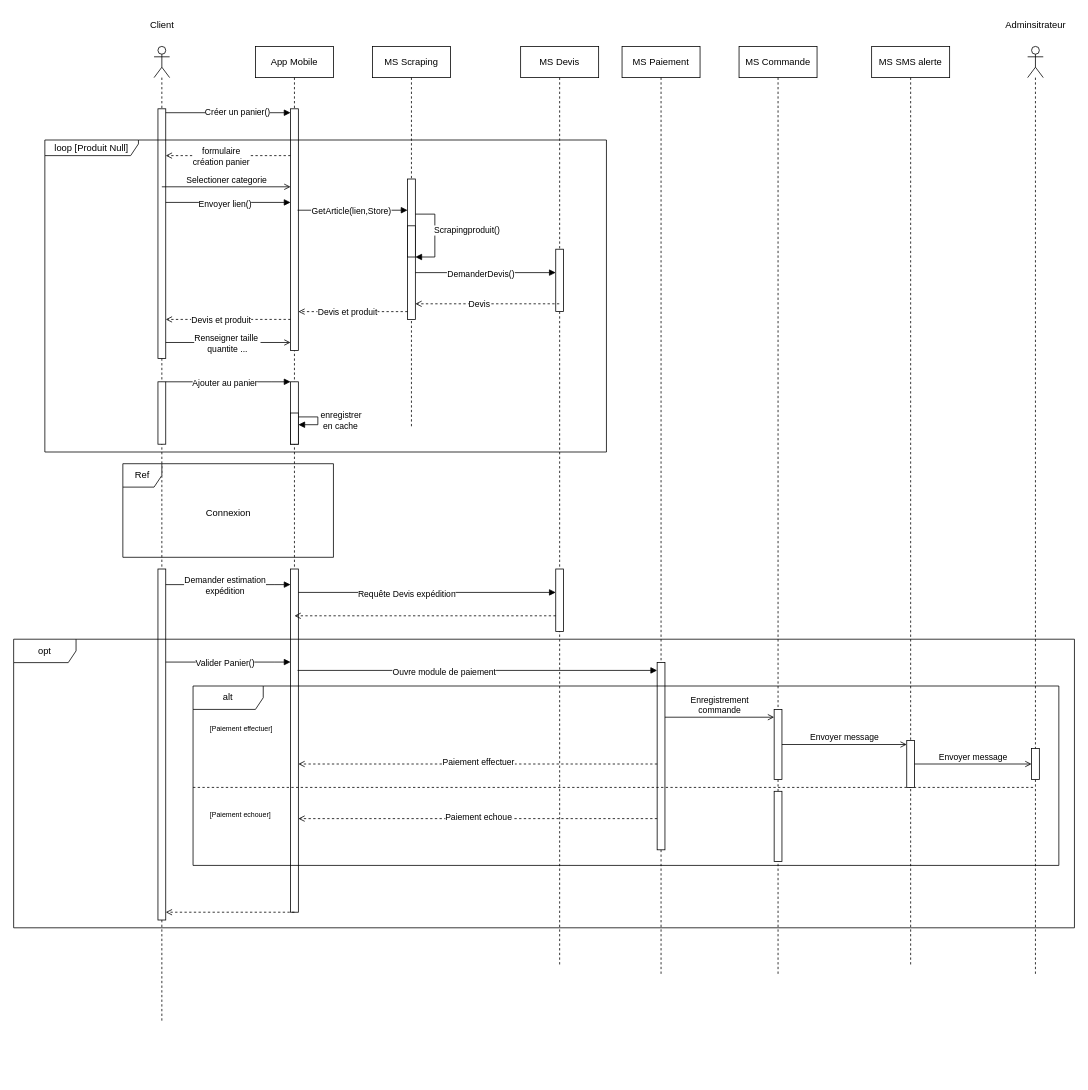
kbvac/Diagramme-UML keeps this draw.io diagram as page "DS-MFS-Panier" (2 of 2) of Diagramme_MyFrench_Shop.drawio. Above is the earlier version. Source tidied: cells renumbered, new cells numbered last; positions are measured from the earlier drawing's top-left corner, leaving out a move shared by most shapes. Both pictures are drawn from the tidied source at 78%, with x=0, y=0 at pixel (13, 13).
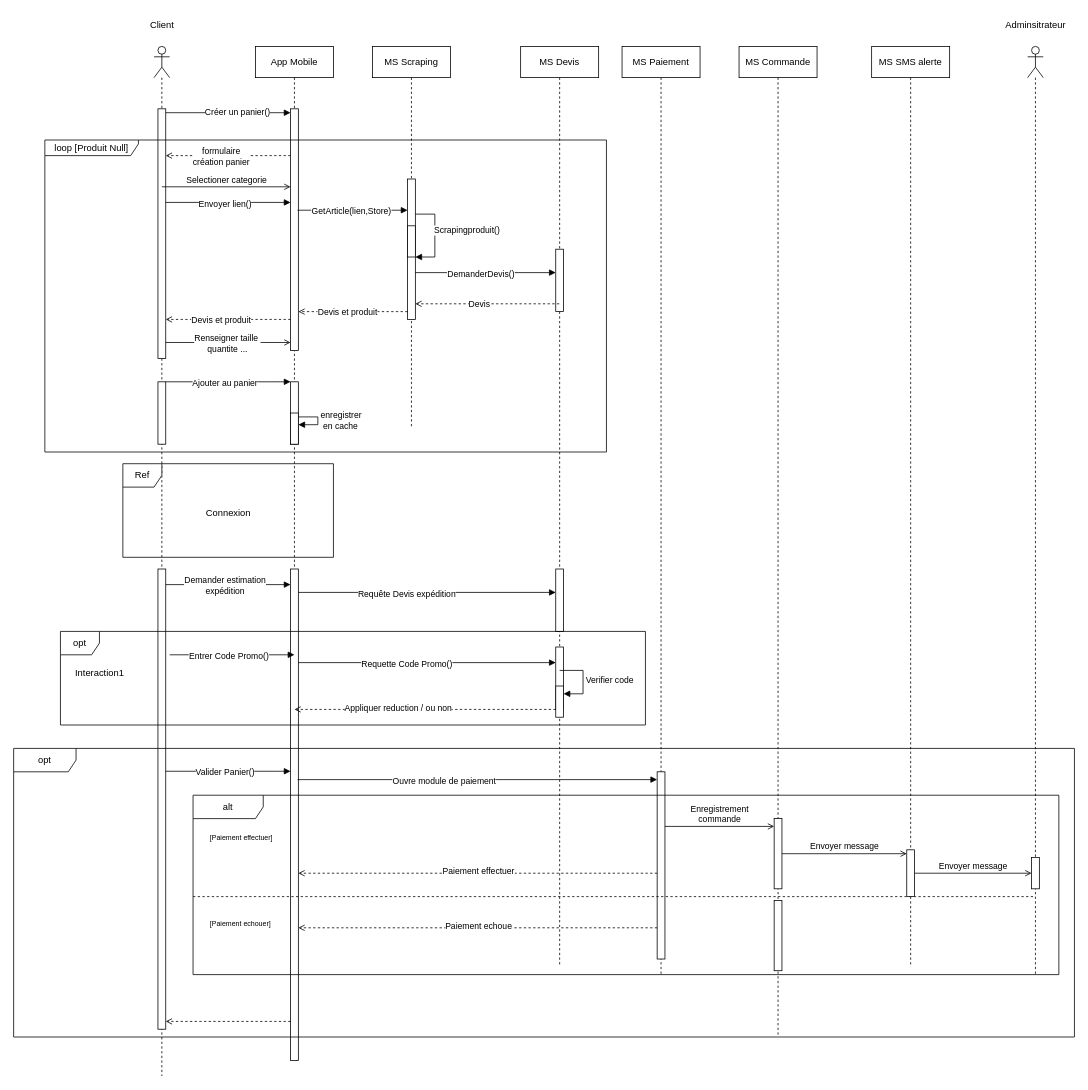
After the change.

The change refers to these unchanged cells:
```xml
<mxCell id="13" value="MS Devis" style="shape=umlLifeline;perimeter=lifelinePerimeter;whiteSpace=wrap;html=1;outlineConnect=0;portConstraint=eastwest;newEdgeStyle={&quot;edgeStyle&quot;:&quot;elbowEdgeStyle&quot;,&quot;elbow&quot;:&quot;vertical&quot;,&quot;curved&quot;:0,&quot;rounded&quot;:0};" parent="1" vertex="1">
  <mxGeometry x="650" y="42" width="100" height="1180" as="geometry" />
</mxCell>
<mxCell id="15" style="html=1;points=[[0,0,0,0,5],[0,1,0,0,-5],[1,0,0,0,5],[1,1,0,0,-5]];perimeter=orthogonalPerimeter;outlineConnect=0;targetShapes=umlLifeline;portConstraint=eastwest;newEdgeStyle={&quot;curved&quot;:0,&quot;rounded&quot;:0};" parent="13" vertex="1">
  <mxGeometry x="45" y="670" width="10" height="80" as="geometry" />
</mxCell>
<mxCell id="41" value="MS Paiement" style="shape=umlLifeline;perimeter=lifelinePerimeter;whiteSpace=wrap;html=1;newEdgeStyle={&quot;edgeStyle&quot;:&quot;elbowEdgeStyle&quot;,&quot;elbow&quot;:&quot;vertical&quot;,&quot;curved&quot;:0,&quot;rounded&quot;:0};" parent="1" vertex="1">
  <mxGeometry x="780" y="42" width="100" height="1190" as="geometry" />
</mxCell>
<mxCell id="55" value="MS SMS alerte" style="shape=umlLifeline;perimeter=lifelinePerimeter;whiteSpace=wrap;html=1;newEdgeStyle={&quot;edgeStyle&quot;:&quot;elbowEdgeStyle&quot;,&quot;elbow&quot;:&quot;vertical&quot;,&quot;curved&quot;:0,&quot;rounded&quot;:0};" parent="1" vertex="1">
  <mxGeometry x="1100" y="42" width="100" height="1180" as="geometry" />
</mxCell>
<mxCell id="57" style="shape=umlLifeline;perimeter=lifelinePerimeter;whiteSpace=wrap;html=1;newEdgeStyle={&quot;curved&quot;:0,&quot;rounded&quot;:0};participant=umlActor;" parent="1" vertex="1">
  <mxGeometry x="1300" y="42" width="20" height="1190" as="geometry" />
</mxCell>
```

The edit, as a diff of the source:
```diff
@@
     <mxCell id="2" style="shape=umlLifeline;perimeter=lifelinePerimeter;whiteSpace=wrap;html=1;newEdgeStyle={&quot;curved&quot;:0,&quot;rounded&quot;:0};participant=umlActor;" parent="1" vertex="1">
-      <mxGeometry x="180" y="42" width="20" height="1250" as="geometry" />
+      <mxGeometry x="180" y="42" width="20" height="1320" as="geometry" />
     </mxCell>
@@
     <mxCell id="5" style="html=1;points=[[0,0,0,0,5],[0,1,0,0,-5],[1,0,0,0,5],[1,1,0,0,-5]];perimeter=orthogonalPerimeter;outlineConnect=0;targetShapes=umlLifeline;portConstraint=eastwest;newEdgeStyle={&quot;curved&quot;:0,&quot;rounded&quot;:0};" parent="2" vertex="1">
-      <mxGeometry x="5" y="670" width="10" height="450" as="geometry" />
+      <mxGeometry x="5" y="670" width="10" height="590" as="geometry" />
     </mxCell>
@@
+    <mxCell id="77" style="html=1;points=[[0,0,0,0,5],[0,1,0,0,-5],[1,0,0,0,5],[1,1,0,0,-5]];perimeter=orthogonalPerimeter;outlineConnect=0;targetShapes=umlLifeline;portConstraint=eastwest;newEdgeStyle={&quot;curved&quot;:0,&quot;rounded&quot;:0};" parent="13" vertex="1">
+      <mxGeometry x="45" y="770" width="10" height="80" as="geometry" />
+    </mxCell>
+    <mxCell id="78" style="html=1;points=[[0,0,0,0,5],[0,1,0,0,-5],[1,0,0,0,5],[1,1,0,0,-5]];perimeter=orthogonalPerimeter;outlineConnect=0;targetShapes=umlLifeline;portConstraint=eastwest;newEdgeStyle={&quot;curved&quot;:0,&quot;rounded&quot;:0};" parent="13" vertex="1">
+      <mxGeometry x="45" y="820" width="10" height="40" as="geometry" />
+    </mxCell>
+    <mxCell id="79" value="Verifier code" style="html=1;align=left;spacingLeft=2;endArrow=block;rounded=0;edgeStyle=orthogonalEdgeStyle;curved=0;rounded=0;" parent="13" edge="1" target="78">
+      <mxGeometry relative="1" as="geometry">
+        <mxPoint x="50" y="800" as="sourcePoint" />
+        <Array as="points">
+          <mxPoint x="80" y="830" />
+        </Array>
+      </mxGeometry>
+    </mxCell>
     <mxCell id="16" value="App Mobile" style="shape=umlLifeline;perimeter=lifelinePerimeter;whiteSpace=wrap;html=1;newEdgeStyle={&quot;edgeStyle&quot;:&quot;elbowEdgeStyle&quot;,&quot;elbow&quot;:&quot;vertical&quot;,&quot;curved&quot;:0,&quot;rounded&quot;:0};" parent="1" vertex="1">
-      <mxGeometry x="310" y="42" width="100" height="1060" as="geometry" />
+      <mxGeometry x="310" y="42" width="100" height="1300" as="geometry" />
     </mxCell>
@@
     <mxCell id="21" style="html=1;points=[[0,0,0,0,5],[0,1,0,0,-5],[1,0,0,0,5],[1,1,0,0,-5]];perimeter=orthogonalPerimeter;outlineConnect=0;targetShapes=umlLifeline;portConstraint=eastwest;newEdgeStyle={&quot;curved&quot;:0,&quot;rounded&quot;:0};" parent="16" vertex="1">
-      <mxGeometry x="45" y="670" width="10" height="440" as="geometry" />
+      <mxGeometry x="45" y="670" width="10" height="630" as="geometry" />
     </mxCell>
@@
     <mxCell id="42" style="html=1;points=[[0,0,0,0,5],[0,1,0,0,-5],[1,0,0,0,5],[1,1,0,0,-5]];perimeter=orthogonalPerimeter;outlineConnect=0;targetShapes=umlLifeline;portConstraint=eastwest;newEdgeStyle={&quot;curved&quot;:0,&quot;rounded&quot;:0};" parent="41" vertex="1">
-      <mxGeometry x="45" y="790" width="10" height="240" as="geometry" />
+      <mxGeometry x="45" y="930" width="10" height="240" as="geometry" />
     </mxCell>
     <mxCell id="43" value="MS Commande" style="shape=umlLifeline;perimeter=lifelinePerimeter;whiteSpace=wrap;html=1;newEdgeStyle={&quot;edgeStyle&quot;:&quot;elbowEdgeStyle&quot;,&quot;elbow&quot;:&quot;vertical&quot;,&quot;curved&quot;:0,&quot;rounded&quot;:0};" parent="1" vertex="1">
-      <mxGeometry x="930" y="42" width="100" height="1190" as="geometry" />
+      <mxGeometry x="930" y="42" width="100" height="1270" as="geometry" />
     </mxCell>
     <mxCell id="44" style="html=1;perimeter=orthogonalPerimeter;targetShapes=umlLifeline;newEdgeStyle={&quot;curved&quot;:0,&quot;rounded&quot;:0};" parent="43" vertex="1">
-      <mxGeometry x="45" y="955" width="10" height="90" as="geometry" />
+      <mxGeometry x="45" y="1095" width="10" height="90" as="geometry" />
     </mxCell>
     <mxCell id="45" value="opt" style="shape=umlFrame;whiteSpace=wrap;html=1;width=80;height=30;" parent="1" vertex="1">
-      <mxGeometry y="802" width="1360" height="370" as="geometry" />
+      <mxGeometry y="942" width="1360" height="370" as="geometry" />
     </mxCell>
@@
     <mxCell id="56" style="html=1;points=[[0,0,0,0,5],[0,1,0,0,-5],[1,0,0,0,5],[1,1,0,0,-5]];perimeter=orthogonalPerimeter;outlineConnect=0;targetShapes=umlLifeline;portConstraint=eastwest;newEdgeStyle={&quot;curved&quot;:0,&quot;rounded&quot;:0};" parent="55" vertex="1">
-      <mxGeometry x="45" y="890" width="10" height="60" as="geometry" />
+      <mxGeometry x="45" y="1030" width="10" height="60" as="geometry" />
     </mxCell>
@@
     <mxCell id="58" style="html=1;points=[[0,0,0,0,5],[0,1,0,0,-5],[1,0,0,0,5],[1,1,0,0,-5]];perimeter=orthogonalPerimeter;outlineConnect=0;targetShapes=umlLifeline;portConstraint=eastwest;newEdgeStyle={&quot;curved&quot;:0,&quot;rounded&quot;:0};" parent="57" vertex="1">
-      <mxGeometry x="5" y="900" width="10" height="40" as="geometry" />
+      <mxGeometry x="5" y="1040" width="10" height="40" as="geometry" />
     </mxCell>
@@
-    <mxCell id="67" style="html=1;verticalAlign=bottom;labelBackgroundColor=none;endArrow=open;endFill=0;dashed=1;rounded=0;" parent="1" edge="1" source="15">
-      <mxGeometry relative="1" as="geometry">
-        <mxPoint x="360" y="772" as="targetPoint" />
-        <Array as="points">
-          <mxPoint x="500" y="772" />
-        </Array>
-      </mxGeometry>
-    </mxCell>
-    <mxCell id="68" style="html=1;verticalAlign=bottom;labelBackgroundColor=none;endArrow=block;endFill=1;rounded=0;" parent="1" edge="1" source="5" target="21">
+    <mxCell id="68" style="html=1;verticalAlign=bottom;labelBackgroundColor=none;endArrow=block;endFill=1;rounded=0;" parent="1" edge="1">
       <mxGeometry relative="1" as="geometry">
+        <mxPoint x="195" y="971.3" as="sourcePoint" />
+        <mxPoint x="355" y="971.3" as="targetPoint" />
         <Array as="points">
-          <mxPoint x="335" y="831.3" />
+          <mxPoint x="335" y="971.3" />
         </Array>
       </mxGeometry>
     </mxCell>
@@
-    <mxCell id="71" style="html=1;verticalAlign=bottom;labelBackgroundColor=none;endArrow=open;endFill=0;dashed=1;rounded=0;" parent="1" edge="1" source="42" target="21">
+    <mxCell id="71" style="html=1;verticalAlign=bottom;labelBackgroundColor=none;endArrow=open;endFill=0;dashed=1;rounded=0;" parent="1" edge="1" source="42">
       <mxGeometry relative="1" as="geometry">
+        <mxPoint x="365" y="1172" as="targetPoint" />
         <Array as="points">
-          <mxPoint x="425" y="1032" />
+          <mxPoint x="425" y="1172" />
         </Array>
       </mxGeometry>
     </mxCell>
@@
-    <mxCell id="73" style="html=1;verticalAlign=bottom;labelBackgroundColor=none;endArrow=open;endFill=0;dashed=1;rounded=0;" parent="1" edge="1" source="21" target="5">
+    <mxCell id="73" style="html=1;verticalAlign=bottom;labelBackgroundColor=none;endArrow=open;endFill=0;dashed=1;rounded=0;" parent="1" edge="1" source="21">
       <mxGeometry relative="1" as="geometry">
-        <Array as="points">
-          <mxPoint x="360" y="1152" />
-        </Array>
+        <mxPoint x="195" y="1292" as="targetPoint" />
       </mxGeometry>
     </mxCell>
@@
+    <mxCell id="80" value="opt" style="shape=umlFrame;whiteSpace=wrap;html=1;width=50;" parent="1" vertex="1">
+      <mxGeometry x="60" y="792" width="750" height="120" as="geometry" />
+    </mxCell>
+    <mxCell id="81" value="Interaction1" style="text;align=center;html=1;" parent="80" vertex="1">
+      <mxGeometry width="100" height="20" relative="1" as="geometry">
+        <mxPoint y="40" as="offset" />
+      </mxGeometry>
+    </mxCell>
+    <mxCell id="82" style="html=1;verticalAlign=bottom;labelBackgroundColor=none;endArrow=block;endFill=1;rounded=0;" parent="80" edge="1">
+      <mxGeometry relative="1" as="geometry">
+        <mxPoint x="140" y="30" as="sourcePoint" />
+        <mxPoint x="300" y="30" as="targetPoint" />
+        <Array as="points">
+          <mxPoint x="290" y="30" />
+        </Array>
+      </mxGeometry>
+    </mxCell>
+    <mxCell id="83" value="Entrer Code Promo()" style="edgeLabel;html=1;align=center;verticalAlign=middle;" parent="82" vertex="1">
+      <mxGeometry x="-0.26" y="-1" relative="1" as="geometry">
+        <mxPoint x="16" as="offset" />
+      </mxGeometry>
+    </mxCell>
+    <mxCell id="67" style="html=1;verticalAlign=bottom;labelBackgroundColor=none;endArrow=open;endFill=0;dashed=1;rounded=0;" parent="80" edge="1">
+      <mxGeometry relative="1" as="geometry">
+        <mxPoint x="635" y="100" as="sourcePoint" />
+        <mxPoint x="300" y="100" as="targetPoint" />
+        <Array as="points">
+          <mxPoint x="440" y="100" />
+        </Array>
+      </mxGeometry>
+    </mxCell>
+    <mxCell id="84" value="Appliquer reduction / ou non" style="edgeLabel;html=1;align=center;verticalAlign=middle;" parent="67" vertex="1">
+      <mxGeometry x="0.21" y="-2" relative="1" as="geometry" />
+    </mxCell>
+    <mxCell id="85" style="html=1;verticalAlign=bottom;labelBackgroundColor=none;endArrow=block;endFill=1;rounded=0;" parent="1" edge="1" source="21" target="77">
+      <mxGeometry relative="1" as="geometry">
+        <Array as="points">
+          <mxPoint x="520" y="832" />
+        </Array>
+      </mxGeometry>
+    </mxCell>
+    <mxCell id="86" value="Requette Code Promo()" style="edgeLabel;html=1;align=center;verticalAlign=middle;" parent="85" vertex="1">
+      <mxGeometry x="-0.26" y="-1" relative="1" as="geometry">
+        <mxPoint x="16" as="offset" />
+      </mxGeometry>
+    </mxCell>
```
